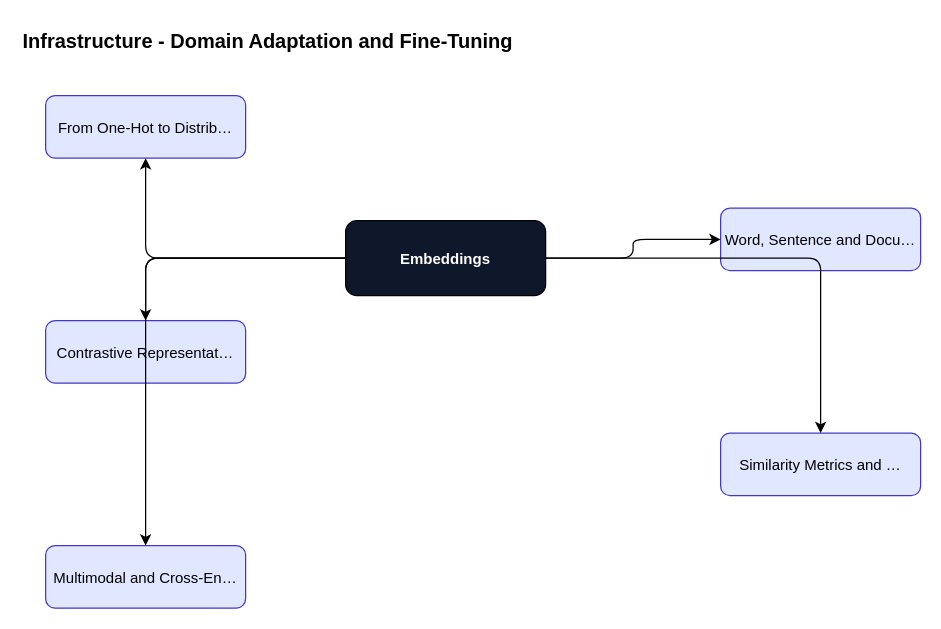
Earlier version of the draw.io diagram content/embeddings/embeddings-foundations/diagrams/fig-014-infrastructure.drawio (ankit05121980/AI-University). Source tidied: cells renumbered, new cells numbered last; positions are measured from the earlier drawing's top-left corner, leaving out a move shared by most shapes. Both pictures are drawn from the tidied source at 125%, with x=0, y=0 at pixel (20, 20).
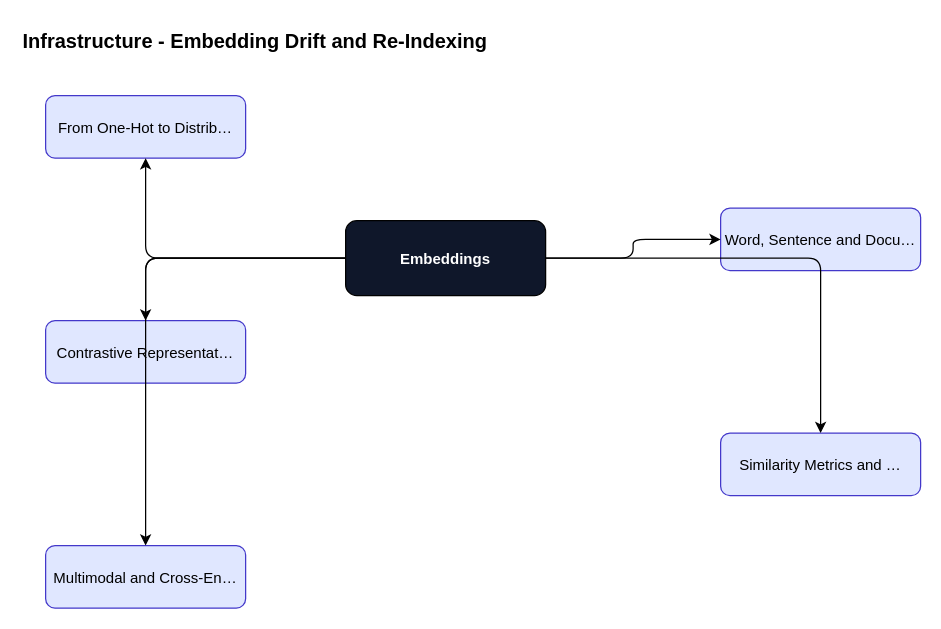
After the change.

The edit, as a diff of the source:
```diff
@@
 <mxGraphModel>
   <root>
     <mxCell id="0" />
     <mxCell id="1" parent="0" />
-    <mxCell id="2" value="Infrastructure - Domain Adaptation and Fine-Tuning" style="text;fontSize=16;fontStyle=1;" parent="1" vertex="1">
+    <mxCell id="2" value="Infrastructure - Embedding Drift and Re-Indexing" style="text;fontSize=16;fontStyle=1;" parent="1" vertex="1">
       <mxGeometry width="600" height="30" as="geometry" />
     </mxCell>
     <mxCell id="3" value="Embeddings" style="rounded=1;fillColor=#0f172a;fontColor=#ffffff;fontStyle=1;" parent="1" vertex="1">
       <mxGeometry x="260" y="160" width="160" height="60" as="geometry" />
     </mxCell>
     <mxCell id="4" value="From One-Hot to Distrib…" style="rounded=1;fillColor=#e0e7ff;strokeColor=#4338ca;" parent="1" vertex="1">
       <mxGeometry x="20" y="60" width="160" height="50" as="geometry" />
     </mxCell>
     <mxCell id="5" style="edgeStyle=orthogonalEdgeStyle;" parent="1" edge="1" source="3" target="4">
       <mxGeometry relative="1" as="geometry" />
     </mxCell>
     <mxCell id="6" value="Word, Sentence and Docu…" style="rounded=1;fillColor=#e0e7ff;strokeColor=#4338ca;" parent="1" vertex="1">
       <mxGeometry x="560" y="150" width="160" height="50" as="geometry" />
     </mxCell>
     <mxCell id="7" style="edgeStyle=orthogonalEdgeStyle;" parent="1" edge="1" source="3" target="6">
       <mxGeometry relative="1" as="geometry" />
     </mxCell>
     <mxCell id="8" value="Contrastive Representat…" style="rounded=1;fillColor=#e0e7ff;strokeColor=#4338ca;" parent="1" vertex="1">
       <mxGeometry x="20" y="240" width="160" height="50" as="geometry" />
     </mxCell>
     <mxCell id="9" style="edgeStyle=orthogonalEdgeStyle;" parent="1" edge="1" source="3" target="8">
       <mxGeometry relative="1" as="geometry" />
     </mxCell>
     <mxCell id="10" value="Similarity Metrics and …" style="rounded=1;fillColor=#e0e7ff;strokeColor=#4338ca;" parent="1" vertex="1">
       <mxGeometry x="560" y="330" width="160" height="50" as="geometry" />
     </mxCell>
     <mxCell id="11" style="edgeStyle=orthogonalEdgeStyle;" parent="1" edge="1" source="3" target="10">
       <mxGeometry relative="1" as="geometry" />
     </mxCell>
     <mxCell id="12" value="Multimodal and Cross-En…" style="rounded=1;fillColor=#e0e7ff;strokeColor=#4338ca;" parent="1" vertex="1">
       <mxGeometry x="20" y="420" width="160" height="50" as="geometry" />
     </mxCell>
     <mxCell id="13" style="edgeStyle=orthogonalEdgeStyle;" parent="1" edge="1" source="3" target="12">
       <mxGeometry relative="1" as="geometry" />
     </mxCell>
   </root>
 </mxGraphModel>
```
